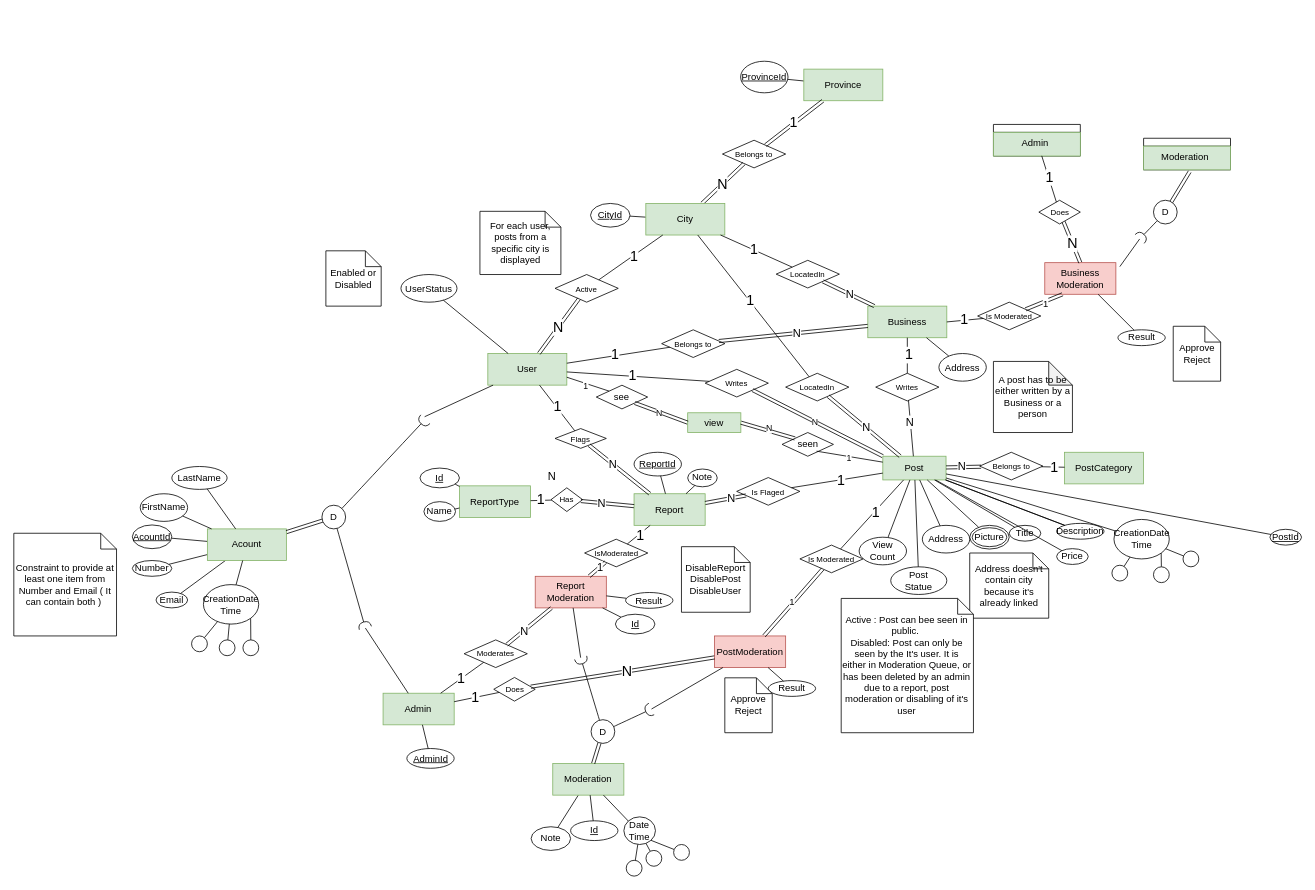
khebrati/HamsellDatabase keeps this draw.io diagram as Project.drawio. Above is the earlier version. Source tidied: cells renumbered, new cells numbered last; positions are measured from the earlier drawing's top-left corner, leaving out a move shared by most shapes. Both pictures are drawn from the tidied source at 79%, with x=0, y=0 at pixel (13, 61).
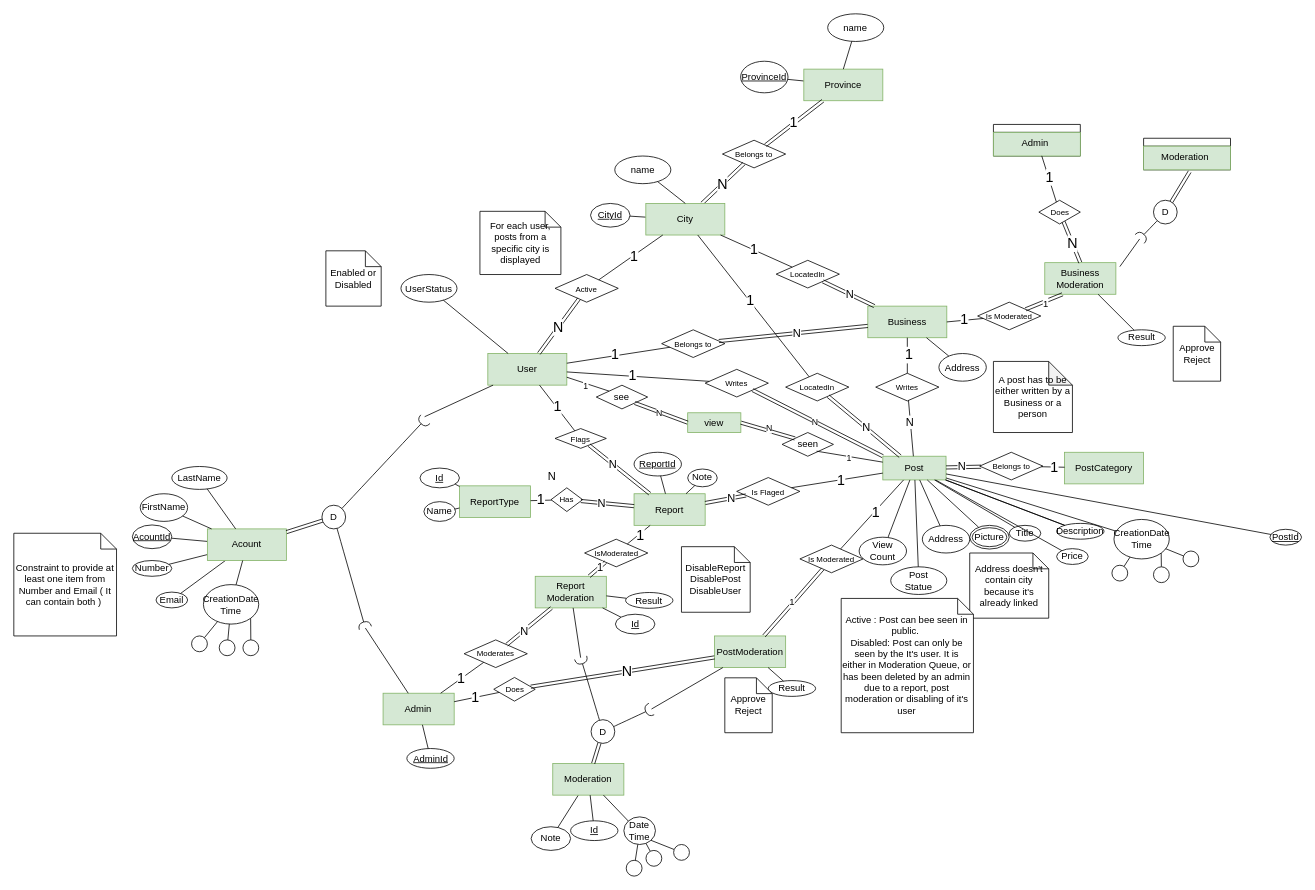
The same page after the edit.

Commit message:
"name" attribute added to Province and City tables

Unchanged cells that the change refers to:
```xml
<mxCell id="54" value="Province" style="whiteSpace=wrap;html=1;align=center;fillColor=#d5e8d4;strokeColor=#82b366;" parent="1" vertex="1">
  <mxGeometry x="1000" y="10" width="100" height="40" as="geometry" />
</mxCell>
<mxCell id="57" value="City" style="whiteSpace=wrap;html=1;align=center;fillColor=#d5e8d4;strokeColor=#82b366;" parent="1" vertex="1">
  <mxGeometry x="800" y="180" width="100" height="40" as="geometry" />
</mxCell>
```

What changed in the source:
```diff
@@
-    <mxCell id="88" value="PostModeration" style="whiteSpace=wrap;html=1;align=center;fillColor=#f8cecc;strokeColor=#b85450;" parent="1" vertex="1">
+    <mxCell id="88" value="PostModeration" style="whiteSpace=wrap;html=1;align=center;fillColor=#d5e8d4;strokeColor=#82b366;" parent="1" vertex="1">
       <mxGeometry x="887" y="727.5" width="90" height="40" as="geometry" />
     </mxCell>
@@
-    <mxCell id="103" value="Report&lt;div&gt;Moderation&lt;/div&gt;" style="whiteSpace=wrap;html=1;align=center;fillColor=#f8cecc;strokeColor=#b85450;" parent="1" vertex="1">
+    <mxCell id="103" value="Report&lt;div&gt;Moderation&lt;/div&gt;" style="whiteSpace=wrap;html=1;align=center;fillColor=#d5e8d4;strokeColor=#82b366;" parent="1" vertex="1">
       <mxGeometry x="660" y="652" width="90" height="40" as="geometry" />
     </mxCell>
@@
-    <mxCell id="229" value="Business&lt;div&gt;Moderation&lt;/div&gt;" style="whiteSpace=wrap;html=1;align=center;fillColor=#f8cecc;strokeColor=#b85450;" parent="1" vertex="1">
+    <mxCell id="229" value="Business&lt;div&gt;Moderation&lt;/div&gt;" style="whiteSpace=wrap;html=1;align=center;fillColor=#d5e8d4;strokeColor=#82b366;" parent="1" vertex="1">
       <mxGeometry x="1305" y="255" width="90" height="40" as="geometry" />
     </mxCell>
@@
+    <mxCell id="247" value="name" style="ellipse;whiteSpace=wrap;html=1;align=center;" parent="1" vertex="1">
+      <mxGeometry x="1030.2" y="-60" width="71" height="35" as="geometry" />
+    </mxCell>
+    <mxCell id="248" style="endArrow=none;html=1;rounded=0;exitX=0.5;exitY=0;exitDx=0;exitDy=0;" parent="1" edge="1" source="54" target="247">
+      <mxGeometry relative="1" as="geometry" />
+    </mxCell>
+    <mxCell id="249" value="name" style="ellipse;whiteSpace=wrap;html=1;align=center;" parent="1" vertex="1">
+      <mxGeometry x="760.7" y="120" width="71" height="35" as="geometry" />
+    </mxCell>
+    <mxCell id="250" style="endArrow=none;html=1;rounded=0;exitX=0.5;exitY=0;exitDx=0;exitDy=0;" parent="1" edge="1" source="57" target="249">
+      <mxGeometry relative="1" as="geometry" />
+    </mxCell>
```
